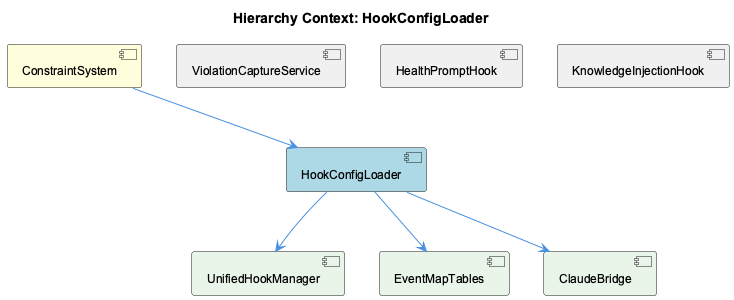
fwornle/coding keeps this PlantUML diagram as knowledge-management/insights/images/hook-config-loader-relationship.png. Above is the earlier version.
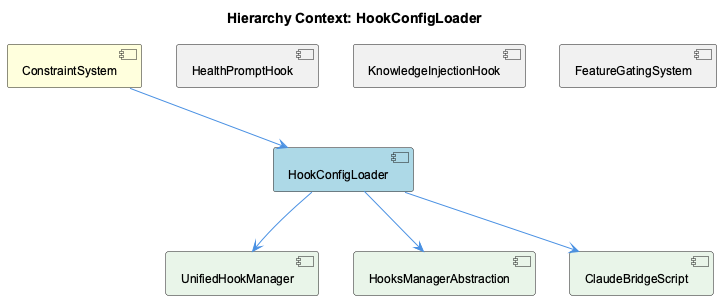
After the commit.

Diff of the diagram source:
```diff
@@ -6,20 +6,20 @@
 [ConstraintSystem] as constraint_system #FFFFDD
 [HookConfigLoader] as hook_config_loader #LightBlue
 [UnifiedHookManager] as unified_hook_manager #F0F0F0
-[ViolationCaptureService] as violation_capture_service #F0F0F0
 [HealthPromptHook] as health_prompt_hook #F0F0F0
 [KnowledgeInjectionHook] as knowledge_injection_hook #F0F0F0
+[FeatureGatingSystem] as feature_gating_system #F0F0F0
 [UnifiedHookManager] as unified_hook_manager #E8F5E8
-[EventMapTables] as event_map_tables #E8F5E8
-[ClaudeBridge] as claude_bridge #E8F5E8
+[HooksManagerAbstraction] as hooks_manager_abstraction #E8F5E8
+[ClaudeBridgeScript] as claude_bridge_script #E8F5E8
 
 constraint_system --> hook_config_loader
 unified_hook_manager -[hidden]- hook_config_loader
-violation_capture_service -[hidden]- hook_config_loader
 health_prompt_hook -[hidden]- hook_config_loader
 knowledge_injection_hook -[hidden]- hook_config_loader
+feature_gating_system -[hidden]- hook_config_loader
 hook_config_loader --> unified_hook_manager
-hook_config_loader --> event_map_tables
-hook_config_loader --> claude_bridge
+hook_config_loader --> hooks_manager_abstraction
+hook_config_loader --> claude_bridge_script
 
 @enduml
```
